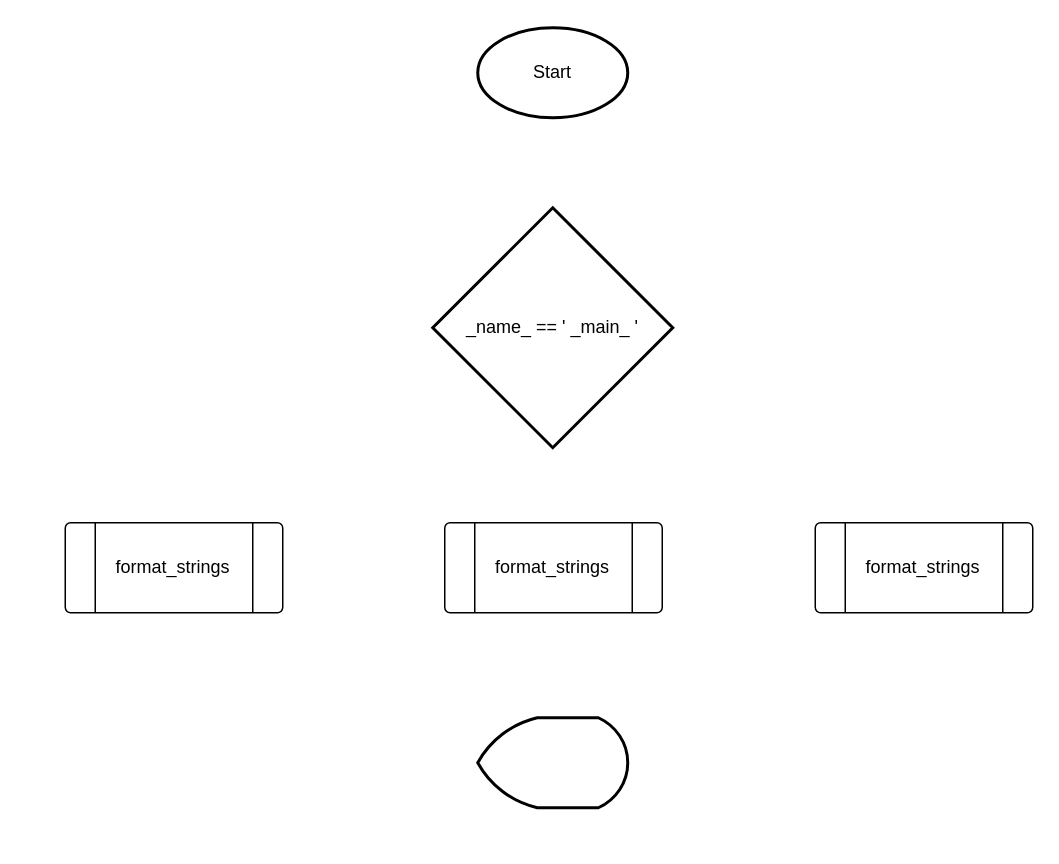
Earlier version of the draw.io diagram HW-01.drawio (Pasuuu-yahoo/HW-01). Source tidied: cells renumbered, new cells numbered last; positions are measured from the earlier drawing's top-left corner, leaving out a move shared by most shapes. Both pictures are drawn from the tidied source at 150%, with x=0, y=0 at pixel (64, 27).
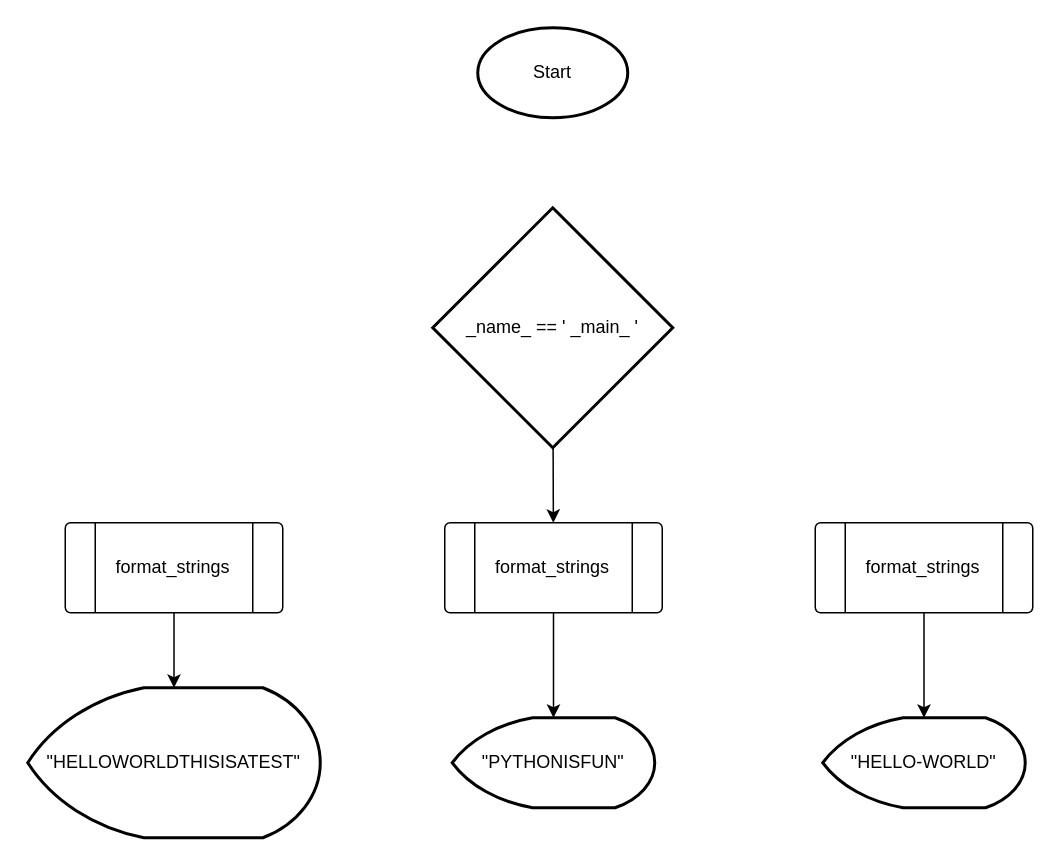
After the change.

What changed in the source:
```diff
@@
 <mxGraphModel>
   <root>
     <mxCell id="0" />
     <mxCell id="1" parent="0" />
     <mxCell id="2" value="Start" style="strokeWidth=2;html=1;shape=mxgraph.flowchart.start_1;whiteSpace=wrap;" parent="1" vertex="1">
       <mxGeometry x="275" width="100" height="60" as="geometry" />
     </mxCell>
+    <mxCell id="8" style="edgeStyle=none;html=1;" parent="1" edge="1" source="3" target="4">
+      <mxGeometry relative="1" as="geometry" />
+    </mxCell>
     <mxCell id="3" value="_name_ == ' _main_ '" style="strokeWidth=2;html=1;shape=mxgraph.flowchart.decision;whiteSpace=wrap;" parent="1" vertex="1">
       <mxGeometry x="245" y="120" width="160" height="160" as="geometry" />
     </mxCell>
+    <mxCell id="9" style="edgeStyle=none;html=1;" parent="1" edge="1" source="4" target="7">
+      <mxGeometry relative="1" as="geometry" />
+    </mxCell>
     <mxCell id="4" value="format_strings" style="verticalLabelPosition=middle;verticalAlign=middle;html=1;shape=process;whiteSpace=wrap;rounded=1;size=0.14;arcSize=6;labelPosition=center;align=center;" parent="1" vertex="1">
       <mxGeometry x="253" y="330" width="145" height="60" as="geometry" />
     </mxCell>
+    <mxCell id="10" style="edgeStyle=none;html=1;" parent="1" edge="1" source="5" target="12">
+      <mxGeometry relative="1" as="geometry" />
+    </mxCell>
     <mxCell id="5" value="format_strings" style="verticalLabelPosition=middle;verticalAlign=middle;html=1;shape=process;whiteSpace=wrap;rounded=1;size=0.14;arcSize=6;labelPosition=center;align=center;" parent="1" vertex="1">
       <mxGeometry y="330" width="145" height="60" as="geometry" />
     </mxCell>
+    <mxCell id="11" style="edgeStyle=none;html=1;" parent="1" edge="1" source="6" target="13">
+      <mxGeometry relative="1" as="geometry" />
+    </mxCell>
     <mxCell id="6" value="format_strings" style="verticalLabelPosition=middle;verticalAlign=middle;html=1;shape=process;whiteSpace=wrap;rounded=1;size=0.14;arcSize=6;labelPosition=center;align=center;" parent="1" vertex="1">
       <mxGeometry x="500" y="330" width="145" height="60" as="geometry" />
     </mxCell>
-    <mxCell id="7" style="strokeWidth=2;html=1;shape=mxgraph.flowchart.display;whiteSpace=wrap;" parent="1" vertex="1">
-      <mxGeometry x="275" y="460" width="100" height="60" as="geometry" />
+    <mxCell id="7" value="&quot;PYTHONISFUN&quot;" style="strokeWidth=2;html=1;shape=mxgraph.flowchart.display;whiteSpace=wrap;" parent="1" vertex="1">
+      <mxGeometry x="258" y="460" width="135" height="60" as="geometry" />
     </mxCell>
+    <mxCell id="12" value="&quot;HELLOWORLDTHISISATEST&quot;" style="strokeWidth=2;html=1;shape=mxgraph.flowchart.display;whiteSpace=wrap;" parent="1" vertex="1">
+      <mxGeometry x="-25" y="440" width="195" height="100" as="geometry" />
+    </mxCell>
+    <mxCell id="13" value="&quot;HELLO-WORLD&quot;" style="strokeWidth=2;html=1;shape=mxgraph.flowchart.display;whiteSpace=wrap;" parent="1" vertex="1">
+      <mxGeometry x="505" y="460" width="135" height="60" as="geometry" />
+    </mxCell>
   </root>
 </mxGraphModel>
```
